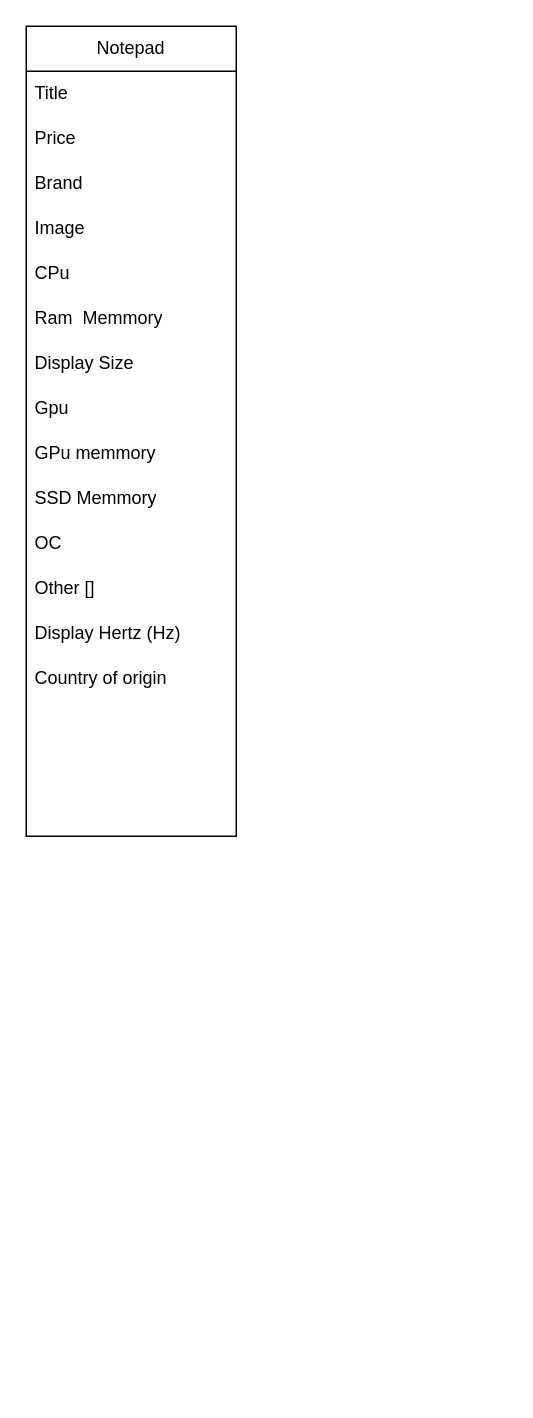
Above: Диаграмма без названия.drawio in uncommonartemon/diagrams (draw.io), before the change. Source tidied: cells renumbered, new cells numbered last; positions are measured from the earlier drawing's top-left corner, leaving out a move shared by most shapes. Both pictures are drawn from the tidied source at 150%, with x=0, y=0 at pixel (26, 26).
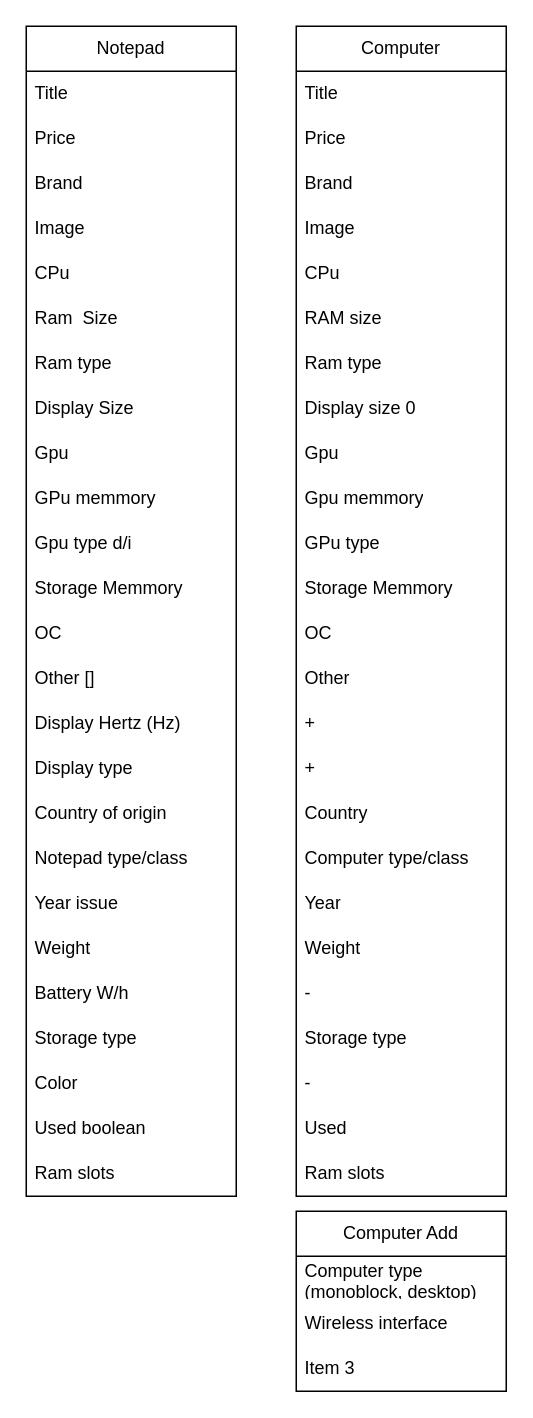
The same page after the edit.

Diff of the diagram source:
```diff
@@
     <mxCell id="2" value="Notepad" style="swimlane;fontStyle=0;horizontal=1;startSize=30;whiteSpace=wrap;html=1;" parent="1" vertex="1">
-      <mxGeometry width="140" height="540" as="geometry" />
+      <mxGeometry width="140" height="780" as="geometry" />
     </mxCell>
@@
-    <mxCell id="8" value="Ram&amp;nbsp; Memmory" style="text;strokeColor=none;fillColor=none;align=left;verticalAlign=middle;spacingLeft=4;spacingRight=4;overflow=hidden;whiteSpace=wrap;html=1;" parent="2" vertex="1">
+    <mxCell id="8" value="Ram&amp;nbsp; Size" style="text;strokeColor=none;fillColor=none;align=left;verticalAlign=middle;spacingLeft=4;spacingRight=4;overflow=hidden;whiteSpace=wrap;html=1;" parent="2" vertex="1">
       <mxGeometry y="180" width="140" height="30" as="geometry" />
     </mxCell>
+    <mxCell id="20" value="Ram type" style="text;strokeColor=none;fillColor=none;align=left;verticalAlign=middle;spacingLeft=4;spacingRight=4;overflow=hidden;whiteSpace=wrap;html=1;" parent="2" vertex="1">
+      <mxGeometry y="210" width="140" height="30" as="geometry" />
+    </mxCell>
     <mxCell id="9" value="Display Size" style="text;strokeColor=none;fillColor=none;align=left;verticalAlign=middle;spacingLeft=4;spacingRight=4;overflow=hidden;whiteSpace=wrap;html=1;" parent="2" vertex="1">
-      <mxGeometry y="210" width="140" height="30" as="geometry" />
+      <mxGeometry y="240" width="140" height="30" as="geometry" />
     </mxCell>
     <mxCell id="10" value="Gpu" style="text;strokeColor=none;fillColor=none;align=left;verticalAlign=middle;spacingLeft=4;spacingRight=4;overflow=hidden;whiteSpace=wrap;html=1;" parent="2" vertex="1">
-      <mxGeometry y="240" width="140" height="30" as="geometry" />
+      <mxGeometry y="270" width="140" height="30" as="geometry" />
     </mxCell>
     <mxCell id="11" value="GPu memmory" style="text;strokeColor=none;fillColor=none;align=left;verticalAlign=middle;spacingLeft=4;spacingRight=4;overflow=hidden;whiteSpace=wrap;html=1;" parent="2" vertex="1">
-      <mxGeometry y="270" width="140" height="30" as="geometry" />
+      <mxGeometry y="300" width="140" height="30" as="geometry" />
     </mxCell>
+    <mxCell id="21" value="Gpu type d/i" style="text;strokeColor=none;fillColor=none;align=left;verticalAlign=middle;spacingLeft=4;spacingRight=4;overflow=hidden;whiteSpace=wrap;html=1;" parent="2" vertex="1">
+      <mxGeometry y="330" width="140" height="30" as="geometry" />
+    </mxCell>
-    <mxCell id="12" value="SSD Memmory" style="text;strokeColor=none;fillColor=none;align=left;verticalAlign=middle;spacingLeft=4;spacingRight=4;overflow=hidden;whiteSpace=wrap;html=1;" parent="2" vertex="1">
-      <mxGeometry y="300" width="140" height="30" as="geometry" />
+    <mxCell id="12" value="Storage Memmory" style="text;strokeColor=none;fillColor=none;align=left;verticalAlign=middle;spacingLeft=4;spacingRight=4;overflow=hidden;whiteSpace=wrap;html=1;" parent="2" vertex="1">
+      <mxGeometry y="360" width="140" height="30" as="geometry" />
     </mxCell>
     <mxCell id="13" value="OC" style="text;strokeColor=none;fillColor=none;align=left;verticalAlign=middle;spacingLeft=4;spacingRight=4;overflow=hidden;whiteSpace=wrap;html=1;" parent="2" vertex="1">
-      <mxGeometry y="330" width="140" height="30" as="geometry" />
+      <mxGeometry y="390" width="140" height="30" as="geometry" />
     </mxCell>
     <mxCell id="14" value="Other []" style="text;strokeColor=none;fillColor=none;align=left;verticalAlign=middle;spacingLeft=4;spacingRight=4;overflow=hidden;whiteSpace=wrap;html=1;" parent="2" vertex="1">
-      <mxGeometry y="360" width="140" height="30" as="geometry" />
+      <mxGeometry y="420" width="140" height="30" as="geometry" />
     </mxCell>
     <mxCell id="15" value="Display Hertz (Hz)" style="text;strokeColor=none;fillColor=none;align=left;verticalAlign=middle;spacingLeft=4;spacingRight=4;overflow=hidden;whiteSpace=wrap;html=1;" parent="2" vertex="1">
-      <mxGeometry y="390" width="140" height="30" as="geometry" />
+      <mxGeometry y="450" width="140" height="30" as="geometry" />
     </mxCell>
+    <mxCell id="22" value="Display type" style="text;strokeColor=none;fillColor=none;align=left;verticalAlign=middle;spacingLeft=4;spacingRight=4;overflow=hidden;whiteSpace=wrap;html=1;" parent="2" vertex="1">
+      <mxGeometry y="480" width="140" height="30" as="geometry" />
+    </mxCell>
     <mxCell id="16" value="Country of origin" style="text;strokeColor=none;fillColor=none;align=left;verticalAlign=middle;spacingLeft=4;spacingRight=4;overflow=hidden;whiteSpace=wrap;html=1;" parent="2" vertex="1">
-      <mxGeometry y="420" width="140" height="30" as="geometry" />
+      <mxGeometry y="510" width="140" height="30" as="geometry" />
     </mxCell>
-    <mxCell id="17" style="text;strokeColor=none;fillColor=none;align=left;verticalAlign=middle;spacingLeft=4;spacingRight=4;overflow=hidden;whiteSpace=wrap;html=1;" parent="2" vertex="1">
-      <mxGeometry y="450" width="140" height="30" as="geometry" />
+    <mxCell id="17" value="Notepad type/class" style="text;strokeColor=none;fillColor=none;align=left;verticalAlign=middle;spacingLeft=4;spacingRight=4;overflow=hidden;whiteSpace=wrap;html=1;" parent="2" vertex="1">
+      <mxGeometry y="540" width="140" height="30" as="geometry" />
     </mxCell>
-    <mxCell id="18" style="text;strokeColor=none;fillColor=none;align=left;verticalAlign=middle;spacingLeft=4;spacingRight=4;overflow=hidden;whiteSpace=wrap;html=1;" parent="2" vertex="1">
-      <mxGeometry y="480" width="140" height="30" as="geometry" />
+    <mxCell id="18" value="Year issue" style="text;strokeColor=none;fillColor=none;align=left;verticalAlign=middle;spacingLeft=4;spacingRight=4;overflow=hidden;whiteSpace=wrap;html=1;" parent="2" vertex="1">
+      <mxGeometry y="570" width="140" height="30" as="geometry" />
     </mxCell>
-    <mxCell id="19" style="text;strokeColor=none;fillColor=none;align=left;verticalAlign=middle;spacingLeft=4;spacingRight=4;overflow=hidden;whiteSpace=wrap;html=1;" parent="2" vertex="1">
-      <mxGeometry y="510" width="140" height="30" as="geometry" />
+    <mxCell id="19" value="Weight" style="text;strokeColor=none;fillColor=none;align=left;verticalAlign=middle;spacingLeft=4;spacingRight=4;overflow=hidden;whiteSpace=wrap;html=1;" parent="2" vertex="1">
+      <mxGeometry y="600" width="140" height="30" as="geometry" />
     </mxCell>
+    <mxCell id="23" value="Battery W/h" style="text;strokeColor=none;fillColor=none;align=left;verticalAlign=middle;spacingLeft=4;spacingRight=4;overflow=hidden;whiteSpace=wrap;html=1;" parent="2" vertex="1">
+      <mxGeometry y="630" width="140" height="30" as="geometry" />
+    </mxCell>
+    <mxCell id="24" value="Storage type" style="text;strokeColor=none;fillColor=none;align=left;verticalAlign=middle;spacingLeft=4;spacingRight=4;overflow=hidden;whiteSpace=wrap;html=1;" parent="2" vertex="1">
+      <mxGeometry y="660" width="140" height="30" as="geometry" />
+    </mxCell>
+    <mxCell id="25" value="Color" style="text;strokeColor=none;fillColor=none;align=left;verticalAlign=middle;spacingLeft=4;spacingRight=4;overflow=hidden;whiteSpace=wrap;html=1;" parent="2" vertex="1">
+      <mxGeometry y="690" width="140" height="30" as="geometry" />
+    </mxCell>
+    <mxCell id="26" value="Used boolean" style="text;strokeColor=none;fillColor=none;align=left;verticalAlign=middle;spacingLeft=4;spacingRight=4;overflow=hidden;whiteSpace=wrap;html=1;" parent="2" vertex="1">
+      <mxGeometry y="720" width="140" height="30" as="geometry" />
+    </mxCell>
+    <mxCell id="27" value="Ram slots" style="text;strokeColor=none;fillColor=none;align=left;verticalAlign=middle;spacingLeft=4;spacingRight=4;overflow=hidden;whiteSpace=wrap;html=1;" parent="2" vertex="1">
+      <mxGeometry y="750" width="140" height="30" as="geometry" />
+    </mxCell>
+    <mxCell id="28" value="Computer" style="swimlane;fontStyle=0;horizontal=1;startSize=30;whiteSpace=wrap;html=1;" parent="1" vertex="1">
+      <mxGeometry x="180" width="140" height="780" as="geometry" />
+    </mxCell>
+    <mxCell id="29" value="Title" style="text;strokeColor=none;fillColor=none;align=left;verticalAlign=middle;spacingLeft=4;spacingRight=4;overflow=hidden;whiteSpace=wrap;html=1;" parent="28" vertex="1">
+      <mxGeometry y="30" width="140" height="30" as="geometry" />
+    </mxCell>
+    <mxCell id="30" value="Price" style="text;strokeColor=none;fillColor=none;align=left;verticalAlign=middle;spacingLeft=4;spacingRight=4;overflow=hidden;whiteSpace=wrap;html=1;" parent="28" vertex="1">
+      <mxGeometry y="60" width="140" height="30" as="geometry" />
+    </mxCell>
+    <mxCell id="31" value="Brand" style="text;strokeColor=none;fillColor=none;align=left;verticalAlign=middle;spacingLeft=4;spacingRight=4;overflow=hidden;whiteSpace=wrap;html=1;" parent="28" vertex="1">
+      <mxGeometry y="90" width="140" height="30" as="geometry" />
+    </mxCell>
+    <mxCell id="32" value="Image" style="text;strokeColor=none;fillColor=none;align=left;verticalAlign=middle;spacingLeft=4;spacingRight=4;overflow=hidden;whiteSpace=wrap;html=1;" parent="28" vertex="1">
+      <mxGeometry y="120" width="140" height="30" as="geometry" />
+    </mxCell>
+    <mxCell id="33" value="CPu" style="text;strokeColor=none;fillColor=none;align=left;verticalAlign=middle;spacingLeft=4;spacingRight=4;overflow=hidden;whiteSpace=wrap;html=1;" parent="28" vertex="1">
+      <mxGeometry y="150" width="140" height="30" as="geometry" />
+    </mxCell>
+    <mxCell id="34" value="RAM size" style="text;strokeColor=none;fillColor=none;align=left;verticalAlign=middle;spacingLeft=4;spacingRight=4;overflow=hidden;whiteSpace=wrap;html=1;" parent="28" vertex="1">
+      <mxGeometry y="180" width="140" height="30" as="geometry" />
+    </mxCell>
+    <mxCell id="35" value="Ram type" style="text;strokeColor=none;fillColor=none;align=left;verticalAlign=middle;spacingLeft=4;spacingRight=4;overflow=hidden;whiteSpace=wrap;html=1;" parent="28" vertex="1">
+      <mxGeometry y="210" width="140" height="30" as="geometry" />
+    </mxCell>
+    <mxCell id="36" value="Display size 0" style="text;strokeColor=none;fillColor=none;align=left;verticalAlign=middle;spacingLeft=4;spacingRight=4;overflow=hidden;whiteSpace=wrap;html=1;" parent="28" vertex="1">
+      <mxGeometry y="240" width="140" height="30" as="geometry" />
+    </mxCell>
+    <mxCell id="37" value="Gpu" style="text;strokeColor=none;fillColor=none;align=left;verticalAlign=middle;spacingLeft=4;spacingRight=4;overflow=hidden;whiteSpace=wrap;html=1;" parent="28" vertex="1">
+      <mxGeometry y="270" width="140" height="30" as="geometry" />
+    </mxCell>
+    <mxCell id="38" value="Gpu memmory" style="text;strokeColor=none;fillColor=none;align=left;verticalAlign=middle;spacingLeft=4;spacingRight=4;overflow=hidden;whiteSpace=wrap;html=1;" parent="28" vertex="1">
+      <mxGeometry y="300" width="140" height="30" as="geometry" />
+    </mxCell>
+    <mxCell id="39" value="GPu type&amp;nbsp;" style="text;strokeColor=none;fillColor=none;align=left;verticalAlign=middle;spacingLeft=4;spacingRight=4;overflow=hidden;whiteSpace=wrap;html=1;" parent="28" vertex="1">
+      <mxGeometry y="330" width="140" height="30" as="geometry" />
+    </mxCell>
+    <mxCell id="40" value="Storage Memmory" style="text;strokeColor=none;fillColor=none;align=left;verticalAlign=middle;spacingLeft=4;spacingRight=4;overflow=hidden;whiteSpace=wrap;html=1;" parent="28" vertex="1">
+      <mxGeometry y="360" width="140" height="30" as="geometry" />
+    </mxCell>
+    <mxCell id="41" value="OC" style="text;strokeColor=none;fillColor=none;align=left;verticalAlign=middle;spacingLeft=4;spacingRight=4;overflow=hidden;whiteSpace=wrap;html=1;" parent="28" vertex="1">
+      <mxGeometry y="390" width="140" height="30" as="geometry" />
+    </mxCell>
+    <mxCell id="42" value="Other" style="text;strokeColor=none;fillColor=none;align=left;verticalAlign=middle;spacingLeft=4;spacingRight=4;overflow=hidden;whiteSpace=wrap;html=1;" parent="28" vertex="1">
+      <mxGeometry y="420" width="140" height="30" as="geometry" />
+    </mxCell>
+    <mxCell id="43" value="+" style="text;strokeColor=none;fillColor=none;align=left;verticalAlign=middle;spacingLeft=4;spacingRight=4;overflow=hidden;whiteSpace=wrap;html=1;" parent="28" vertex="1">
+      <mxGeometry y="450" width="140" height="30" as="geometry" />
+    </mxCell>
+    <mxCell id="44" value="+" style="text;strokeColor=none;fillColor=none;align=left;verticalAlign=middle;spacingLeft=4;spacingRight=4;overflow=hidden;whiteSpace=wrap;html=1;" parent="28" vertex="1">
+      <mxGeometry y="480" width="140" height="30" as="geometry" />
+    </mxCell>
+    <mxCell id="45" value="Country" style="text;strokeColor=none;fillColor=none;align=left;verticalAlign=middle;spacingLeft=4;spacingRight=4;overflow=hidden;whiteSpace=wrap;html=1;" parent="28" vertex="1">
+      <mxGeometry y="510" width="140" height="30" as="geometry" />
+    </mxCell>
+    <mxCell id="46" value="Computer type/class" style="text;strokeColor=none;fillColor=none;align=left;verticalAlign=middle;spacingLeft=4;spacingRight=4;overflow=hidden;whiteSpace=wrap;html=1;" parent="28" vertex="1">
+      <mxGeometry y="540" width="140" height="30" as="geometry" />
+    </mxCell>
+    <mxCell id="47" value="Year" style="text;strokeColor=none;fillColor=none;align=left;verticalAlign=middle;spacingLeft=4;spacingRight=4;overflow=hidden;whiteSpace=wrap;html=1;" parent="28" vertex="1">
+      <mxGeometry y="570" width="140" height="30" as="geometry" />
+    </mxCell>
+    <mxCell id="48" value="Weight" style="text;strokeColor=none;fillColor=none;align=left;verticalAlign=middle;spacingLeft=4;spacingRight=4;overflow=hidden;whiteSpace=wrap;html=1;" parent="28" vertex="1">
+      <mxGeometry y="600" width="140" height="30" as="geometry" />
+    </mxCell>
+    <mxCell id="49" value="-" style="text;strokeColor=none;fillColor=none;align=left;verticalAlign=middle;spacingLeft=4;spacingRight=4;overflow=hidden;whiteSpace=wrap;html=1;" parent="28" vertex="1">
+      <mxGeometry y="630" width="140" height="30" as="geometry" />
+    </mxCell>
+    <mxCell id="50" value="Storage type" style="text;strokeColor=none;fillColor=none;align=left;verticalAlign=middle;spacingLeft=4;spacingRight=4;overflow=hidden;whiteSpace=wrap;html=1;" parent="28" vertex="1">
+      <mxGeometry y="660" width="140" height="30" as="geometry" />
+    </mxCell>
+    <mxCell id="51" value="-" style="text;strokeColor=none;fillColor=none;align=left;verticalAlign=middle;spacingLeft=4;spacingRight=4;overflow=hidden;whiteSpace=wrap;html=1;" parent="28" vertex="1">
+      <mxGeometry y="690" width="140" height="30" as="geometry" />
+    </mxCell>
+    <mxCell id="52" value="Used" style="text;strokeColor=none;fillColor=none;align=left;verticalAlign=middle;spacingLeft=4;spacingRight=4;overflow=hidden;whiteSpace=wrap;html=1;" parent="28" vertex="1">
+      <mxGeometry y="720" width="140" height="30" as="geometry" />
+    </mxCell>
+    <mxCell id="53" value="Ram slots" style="text;strokeColor=none;fillColor=none;align=left;verticalAlign=middle;spacingLeft=4;spacingRight=4;overflow=hidden;whiteSpace=wrap;html=1;" parent="28" vertex="1">
+      <mxGeometry y="750" width="140" height="30" as="geometry" />
+    </mxCell>
+    <mxCell id="54" value="Computer Add" style="swimlane;fontStyle=0;horizontal=1;startSize=30;whiteSpace=wrap;html=1;" parent="1" vertex="1">
+      <mxGeometry x="180" y="790" width="140" height="120" as="geometry" />
+    </mxCell>
+    <mxCell id="55" value="Computer type (monoblock, desktop)" style="text;strokeColor=none;fillColor=none;align=left;verticalAlign=middle;spacingLeft=4;spacingRight=4;overflow=hidden;whiteSpace=wrap;html=1;" parent="54" vertex="1">
+      <mxGeometry y="30" width="140" height="30" as="geometry" />
+    </mxCell>
+    <mxCell id="56" value="Wireless interface" style="text;strokeColor=none;fillColor=none;align=left;verticalAlign=middle;spacingLeft=4;spacingRight=4;overflow=hidden;whiteSpace=wrap;html=1;" parent="54" vertex="1">
+      <mxGeometry y="60" width="140" height="30" as="geometry" />
+    </mxCell>
+    <mxCell id="57" value="Item 3" style="text;strokeColor=none;fillColor=none;align=left;verticalAlign=middle;spacingLeft=4;spacingRight=4;overflow=hidden;whiteSpace=wrap;html=1;" parent="54" vertex="1">
+      <mxGeometry y="90" width="140" height="30" as="geometry" />
+    </mxCell>
```
